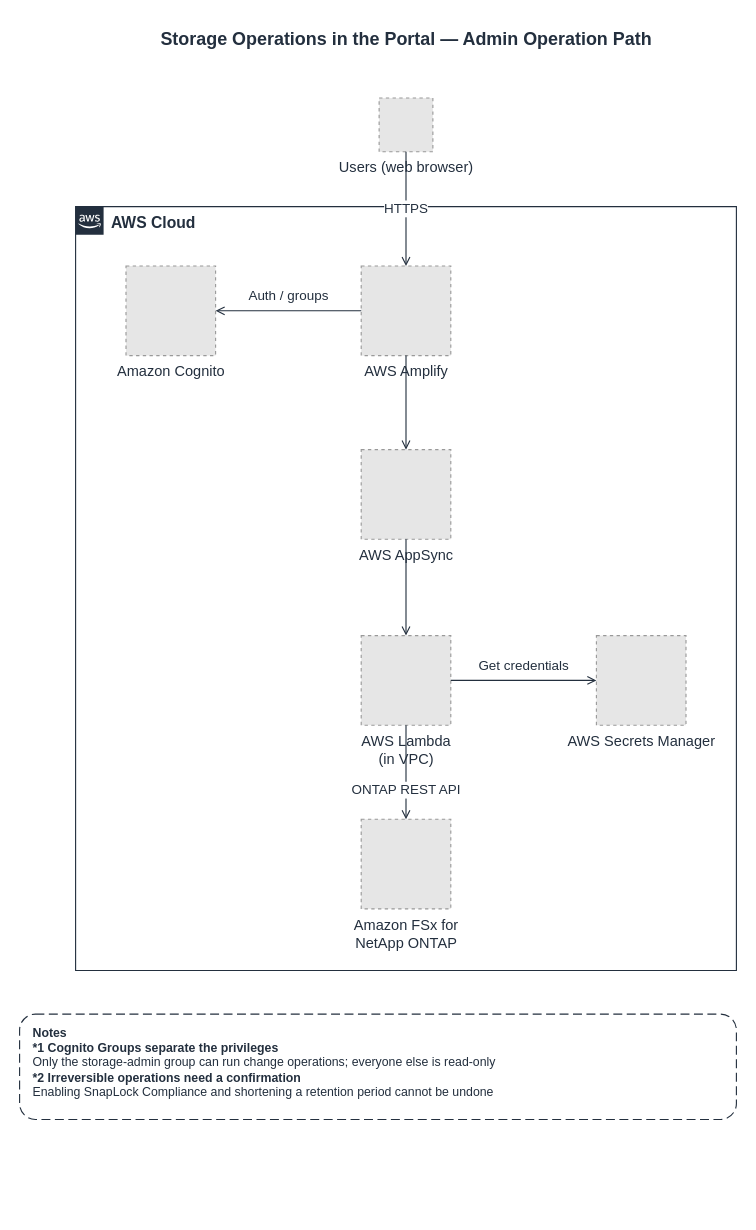
Above: docs/diagrams/part2-admin-operations-en.drawio in Yoshiki0705/FSx-for-ONTAP-S3AccessPoints-Serverless-Patterns (draw.io), before the change. Source tidied: cells renumbered, new cells numbered last; positions are measured from the earlier drawing's top-left corner, leaving out a move shared by most shapes. Both pictures are drawn from the tidied source at 112%, with x=0, y=0 at pixel (19, 19). Pictures stored in the file or linked from it are replaced by grey dashed boxes.
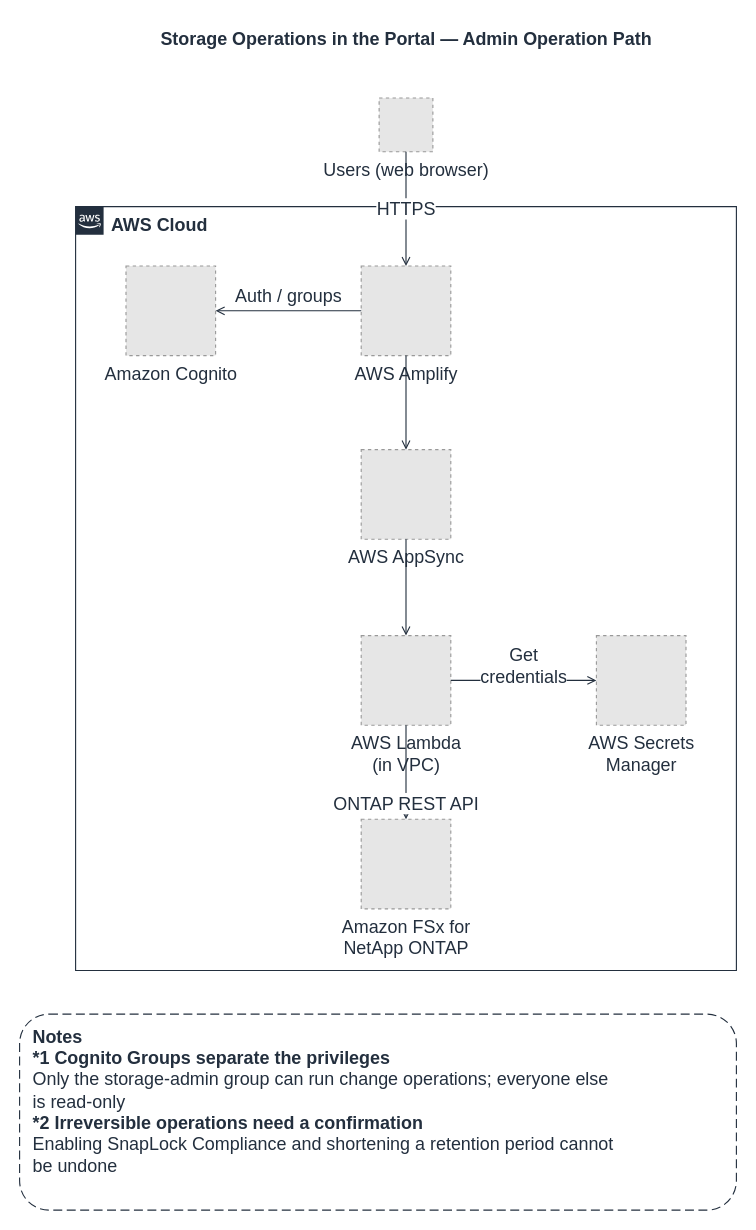
The same page after the edit.

Diff of the diagram source:
```diff
@@
 <mxGraphModel background="#FFFFFF">
   <root>
     <mxCell id="0" />
     <mxCell id="1" parent="0" />
     <mxCell id="2" value="Storage Operations in the Portal — Admin Operation Path" style="text;html=1;align=center;verticalAlign=middle;fontSize=16;fontStyle=1;fontColor=#232F3E;" parent="1" vertex="1">
       <mxGeometry x="50" width="590" height="34" as="geometry" />
     </mxCell>
-    <mxCell id="3" value="AWS Cloud" style="gradientColor=none;html=1;whiteSpace=wrap;fontSize=14;fontStyle=1;shape=mxgraph.aws4.group;grIcon=mxgraph.aws4.group_aws_cloud_alt;strokeColor=#232F3E;fillColor=none;verticalAlign=top;align=left;spacingLeft=30;fontColor=#232F3E;dashed=0;" parent="1" vertex="1">
+    <mxCell id="3" value="AWS Cloud" style="gradientColor=none;html=1;whiteSpace=wrap;fontSize=16;fontStyle=1;shape=mxgraph.aws4.group;grIcon=mxgraph.aws4.group_aws_cloud_alt;strokeColor=#232F3E;fillColor=none;verticalAlign=top;align=left;spacingLeft=30;fontColor=#232F3E;dashed=0;" parent="1" vertex="1">
       <mxGeometry x="50" y="167" width="590" height="682" as="geometry" />
     </mxCell>
-    <mxCell id="4" value="Users (web browser)" style="fillColor=#E6E6E6;strokeColor=#999999;dashed=1;html=1;verticalLabelPosition=bottom;verticalAlign=top;labelPosition=center;align=center;fontSize=13;fontColor=#232F3E;" parent="1" vertex="1">
+    <mxCell id="4" value="Users (web browser)" style="fillColor=#E6E6E6;strokeColor=#999999;dashed=1;html=1;verticalLabelPosition=bottom;verticalAlign=top;labelPosition=center;align=center;fontSize=16;fontColor=#232F3E;" parent="1" vertex="1">
       <mxGeometry x="321" y="70" width="48" height="48" as="geometry" />
     </mxCell>
-    <mxCell id="5" value="Amazon Cognito" style="fillColor=#E6E6E6;strokeColor=#999999;dashed=1;html=1;verticalLabelPosition=bottom;verticalAlign=top;labelPosition=center;align=center;fontSize=13;fontColor=#232F3E;" parent="1" vertex="1">
+    <mxCell id="5" value="Amazon Cognito" style="fillColor=#E6E6E6;strokeColor=#999999;dashed=1;html=1;verticalLabelPosition=bottom;verticalAlign=top;labelPosition=center;align=center;fontSize=16;fontColor=#232F3E;" parent="1" vertex="1">
       <mxGeometry x="95" y="220" width="80" height="80" as="geometry" />
     </mxCell>
-    <mxCell id="6" value="AWS Amplify" style="fillColor=#E6E6E6;strokeColor=#999999;dashed=1;html=1;verticalLabelPosition=bottom;verticalAlign=top;labelPosition=center;align=center;fontSize=13;fontColor=#232F3E;" parent="1" vertex="1">
+    <mxCell id="6" value="AWS Amplify" style="fillColor=#E6E6E6;strokeColor=#999999;dashed=1;html=1;verticalLabelPosition=bottom;verticalAlign=top;labelPosition=center;align=center;fontSize=16;fontColor=#232F3E;" parent="1" vertex="1">
       <mxGeometry x="305" y="220" width="80" height="80" as="geometry" />
     </mxCell>
-    <mxCell id="7" value="AWS AppSync" style="fillColor=#E6E6E6;strokeColor=#999999;dashed=1;html=1;verticalLabelPosition=bottom;verticalAlign=top;labelPosition=center;align=center;fontSize=13;fontColor=#232F3E;" parent="1" vertex="1">
+    <mxCell id="7" value="AWS AppSync" style="fillColor=#E6E6E6;strokeColor=#999999;dashed=1;html=1;verticalLabelPosition=bottom;verticalAlign=top;labelPosition=center;align=center;fontSize=16;fontColor=#232F3E;" parent="1" vertex="1">
       <mxGeometry x="305" y="384" width="80" height="80" as="geometry" />
     </mxCell>
-    <mxCell id="8" value="AWS Lambda&lt;br&gt;(in VPC)" style="fillColor=#E6E6E6;strokeColor=#999999;dashed=1;html=1;verticalLabelPosition=bottom;verticalAlign=top;labelPosition=center;align=center;fontSize=13;fontColor=#232F3E;" parent="1" vertex="1">
+    <mxCell id="8" value="AWS Lambda&lt;br&gt;(in VPC)" style="fillColor=#E6E6E6;strokeColor=#999999;dashed=1;html=1;verticalLabelPosition=bottom;verticalAlign=top;labelPosition=center;align=center;fontSize=16;fontColor=#232F3E;" parent="1" vertex="1">
       <mxGeometry x="305" y="550" width="80" height="80" as="geometry" />
     </mxCell>
-    <mxCell id="9" value="AWS Secrets Manager" style="fillColor=#E6E6E6;strokeColor=#999999;dashed=1;html=1;verticalLabelPosition=bottom;verticalAlign=top;labelPosition=center;align=center;fontSize=13;fontColor=#232F3E;" parent="1" vertex="1">
+    <mxCell id="9" value="AWS Secrets&lt;br&gt;Manager" style="fillColor=#E6E6E6;strokeColor=#999999;dashed=1;html=1;verticalLabelPosition=bottom;verticalAlign=top;labelPosition=center;align=center;fontSize=16;fontColor=#232F3E;" parent="1" vertex="1">
       <mxGeometry x="515" y="550" width="80" height="80" as="geometry" />
     </mxCell>
-    <mxCell id="10" value="Amazon FSx for&lt;br&gt;NetApp ONTAP" style="fillColor=#E6E6E6;strokeColor=#999999;dashed=1;html=1;verticalLabelPosition=bottom;verticalAlign=top;labelPosition=center;align=center;fontSize=13;fontColor=#232F3E;" parent="1" vertex="1">
+    <mxCell id="10" value="Amazon FSx for&lt;br&gt;NetApp ONTAP" style="fillColor=#E6E6E6;strokeColor=#999999;dashed=1;html=1;verticalLabelPosition=bottom;verticalAlign=top;labelPosition=center;align=center;fontSize=16;fontColor=#232F3E;" parent="1" vertex="1">
       <mxGeometry x="305" y="714" width="80" height="80" as="geometry" />
     </mxCell>
-    <mxCell id="11" value="HTTPS" style="edgeStyle=orthogonalEdgeStyle;rounded=0;jettySize=auto;html=1;endArrow=open;endFill=0;strokeColor=#232F3E;strokeWidth=1;fontSize=12;fontColor=#232F3E;labelBackgroundColor=#ffffff;" parent="1" edge="1" source="4" target="6">
+    <mxCell id="11" value="HTTPS" style="edgeStyle=orthogonalEdgeStyle;rounded=0;jettySize=auto;html=1;endArrow=open;endFill=0;strokeColor=#232F3E;strokeWidth=1;fontSize=16;fontColor=#232F3E;labelBackgroundColor=#ffffff;" parent="1" edge="1" source="4" target="6">
       <mxGeometry relative="1" as="geometry" />
     </mxCell>
-    <mxCell id="12" value="Auth / groups" style="edgeStyle=orthogonalEdgeStyle;rounded=0;jettySize=auto;html=1;endArrow=open;endFill=0;strokeColor=#232F3E;strokeWidth=1;fontSize=12;fontColor=#232F3E;labelBackgroundColor=#ffffff;" parent="1" edge="1" source="6" target="5">
+    <mxCell id="12" value="Auth / groups" style="edgeStyle=orthogonalEdgeStyle;rounded=0;jettySize=auto;html=1;endArrow=open;endFill=0;strokeColor=#232F3E;strokeWidth=1;fontSize=16;fontColor=#232F3E;labelBackgroundColor=#ffffff;" parent="1" edge="1" source="6" target="5">
       <mxGeometry relative="1" as="geometry">
         <mxPoint y="-13" as="offset" />
       </mxGeometry>
     </mxCell>
-    <mxCell id="13" style="edgeStyle=orthogonalEdgeStyle;rounded=0;jettySize=auto;html=1;endArrow=open;endFill=0;strokeColor=#232F3E;strokeWidth=1;fontSize=12;fontColor=#232F3E;labelBackgroundColor=#ffffff;" parent="1" edge="1" source="6" target="7">
+    <mxCell id="13" style="edgeStyle=orthogonalEdgeStyle;rounded=0;jettySize=auto;html=1;endArrow=open;endFill=0;strokeColor=#232F3E;strokeWidth=1;fontSize=16;fontColor=#232F3E;labelBackgroundColor=#ffffff;" parent="1" edge="1" source="6" target="7">
       <mxGeometry relative="1" as="geometry" />
     </mxCell>
-    <mxCell id="14" style="edgeStyle=orthogonalEdgeStyle;rounded=0;jettySize=auto;html=1;endArrow=open;endFill=0;strokeColor=#232F3E;strokeWidth=1;fontSize=12;fontColor=#232F3E;labelBackgroundColor=#ffffff;" parent="1" edge="1" source="7" target="8">
+    <mxCell id="14" style="edgeStyle=orthogonalEdgeStyle;rounded=0;jettySize=auto;html=1;endArrow=open;endFill=0;strokeColor=#232F3E;strokeWidth=1;fontSize=16;fontColor=#232F3E;labelBackgroundColor=#ffffff;" parent="1" edge="1" source="7" target="8">
       <mxGeometry relative="1" as="geometry" />
     </mxCell>
-    <mxCell id="15" value="Get credentials" style="edgeStyle=orthogonalEdgeStyle;rounded=0;jettySize=auto;html=1;endArrow=open;endFill=0;strokeColor=#232F3E;strokeWidth=1;fontSize=12;fontColor=#232F3E;labelBackgroundColor=#ffffff;" parent="1" edge="1" source="8" target="9">
+    <mxCell id="15" value="Get&lt;br&gt;credentials" style="edgeStyle=orthogonalEdgeStyle;rounded=0;jettySize=auto;html=1;endArrow=open;endFill=0;strokeColor=#232F3E;strokeWidth=1;fontSize=16;fontColor=#232F3E;labelBackgroundColor=#ffffff;" parent="1" edge="1" source="8" target="9">
       <mxGeometry relative="1" as="geometry">
         <mxPoint y="-13" as="offset" />
       </mxGeometry>
     </mxCell>
-    <mxCell id="16" value="ONTAP REST API" style="edgeStyle=orthogonalEdgeStyle;rounded=0;jettySize=auto;html=1;endArrow=open;endFill=0;strokeColor=#232F3E;strokeWidth=1;fontSize=12;fontColor=#232F3E;labelBackgroundColor=#ffffff;" parent="1" edge="1" source="8" target="10">
+    <mxCell id="16" value="ONTAP REST API" style="edgeStyle=orthogonalEdgeStyle;rounded=0;jettySize=auto;html=1;endArrow=open;endFill=0;strokeColor=#232F3E;strokeWidth=1;fontSize=16;fontColor=#232F3E;labelBackgroundColor=#ffffff;" parent="1" edge="1" source="8" target="10">
       <mxGeometry relative="1" as="geometry">
-        <mxPoint y="16" as="offset" />
+        <mxPoint y="28" as="offset" />
       </mxGeometry>
     </mxCell>
-    <mxCell id="17" value="&lt;b&gt;Notes&lt;/b&gt;&lt;br&gt;&lt;b&gt;*1 Cognito Groups separate the privileges&lt;/b&gt;&lt;br&gt;Only the storage-admin group can run change operations; everyone else is read-only&lt;br&gt;&lt;b&gt;*2 Irreversible operations need a confirmation&lt;/b&gt;&lt;br&gt;Enabling SnapLock Compliance and shortening a retention period cannot be undone" style="rounded=1;whiteSpace=wrap;html=1;dashed=1;dashPattern=8 4;strokeColor=#232F3E;fillColor=#FFFFFF;align=left;verticalAlign=top;spacingLeft=10;spacingTop=4;fontSize=11;fontColor=#232F3E;" parent="1" vertex="1">
-      <mxGeometry y="888" width="640" height="94" as="geometry" />
+    <mxCell id="17" value="&lt;b&gt;Notes&lt;/b&gt;&lt;br&gt;&lt;b&gt;*1 Cognito Groups separate the privileges&lt;/b&gt;&lt;br&gt;Only the storage-admin group can run change operations; everyone else&lt;br&gt;is read-only&lt;br&gt;&lt;b&gt;*2 Irreversible operations need a confirmation&lt;/b&gt;&lt;br&gt;Enabling SnapLock Compliance and shortening a retention period cannot&lt;br&gt;be undone" style="rounded=1;whiteSpace=wrap;html=1;dashed=1;dashPattern=8 4;strokeColor=#232F3E;fillColor=#FFFFFF;align=left;verticalAlign=top;spacingLeft=10;spacingTop=4;fontSize=16;fontColor=#232F3E;" parent="1" vertex="1">
+      <mxGeometry y="888" width="640" height="175" as="geometry" />
     </mxCell>
   </root>
 </mxGraphModel>
```
